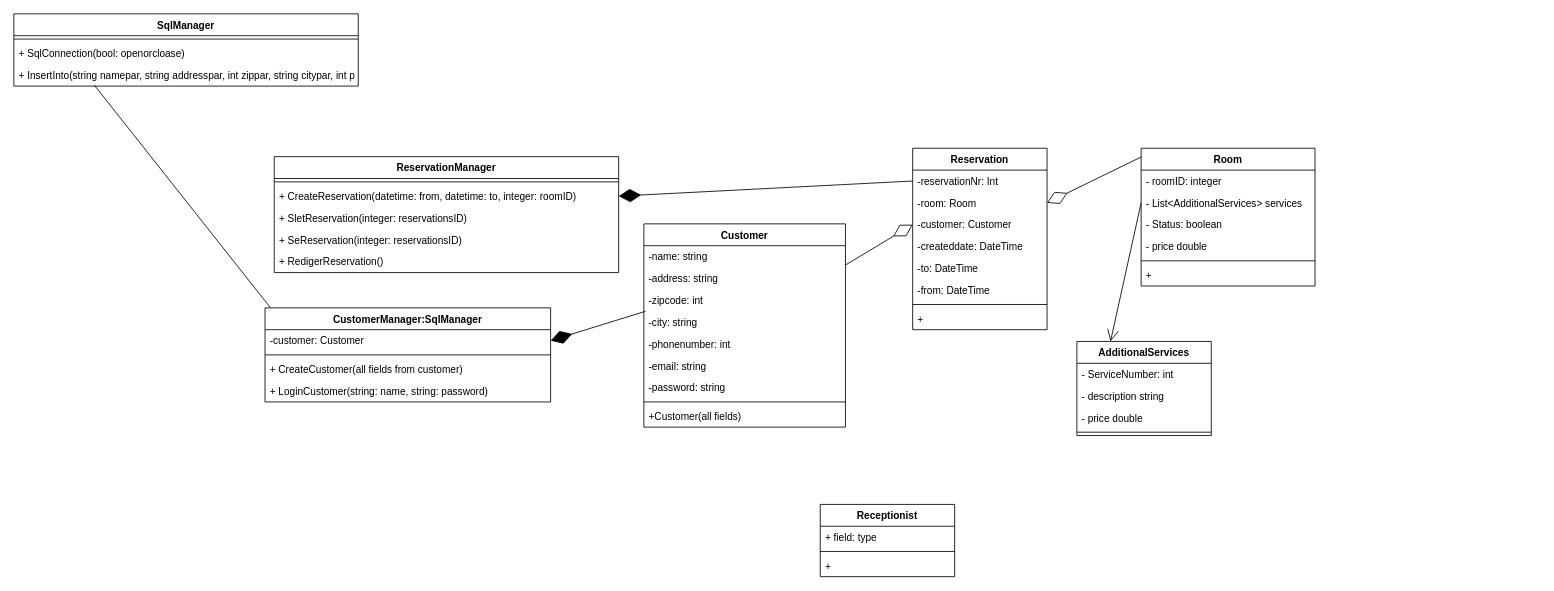
Above: Dokumentation/KlasseDiagram.drawio in NansyT/CountryLiving (draw.io), before the change. Source tidied: cells renumbered, new cells numbered last; positions are measured from the earlier drawing's top-left corner, leaving out a move shared by most shapes. Both pictures are drawn from the tidied source at 84%, with x=0, y=0 at pixel (13, 13).
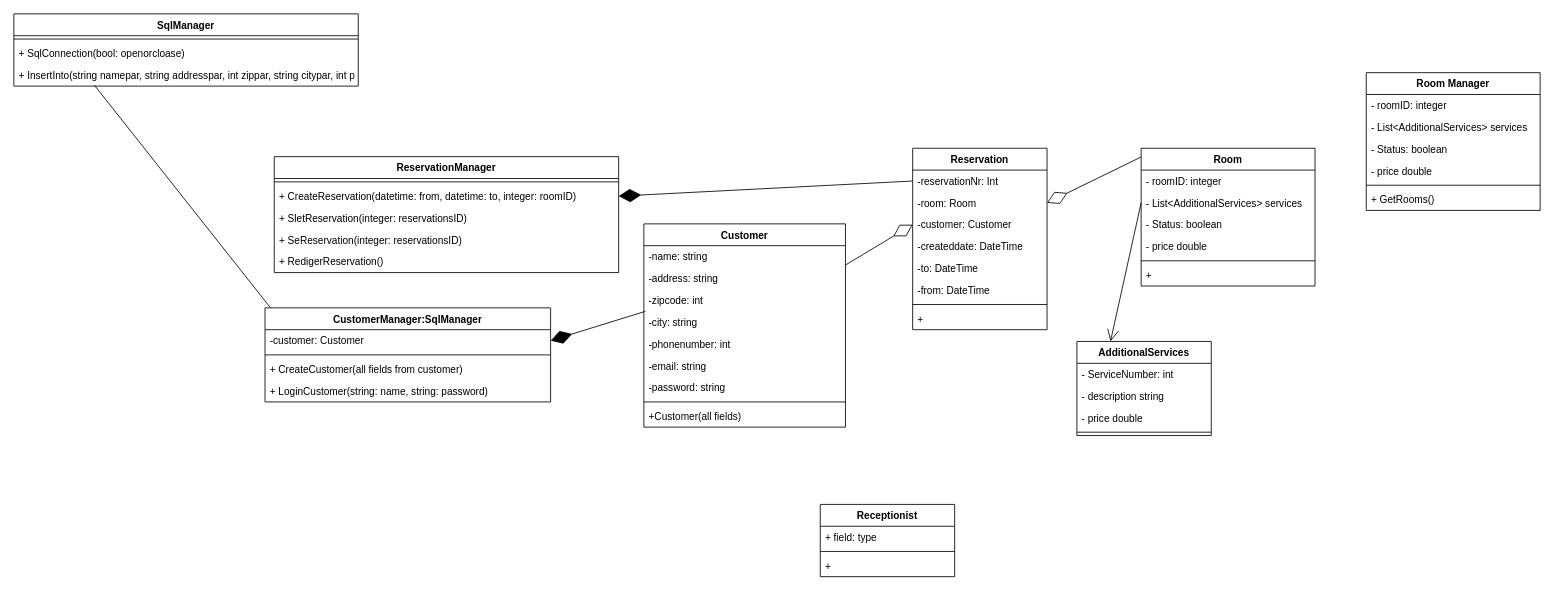
After the change.

What changed in the source:
```diff
@@
+    <mxCell id="58" value="Room Manager" style="swimlane;fontStyle=1;align=center;verticalAlign=top;horizontal=1;startSize=26;" parent="1" vertex="1">
+      <mxGeometry x="1610" y="70" width="207" height="164" as="geometry" />
+    </mxCell>
+    <mxCell id="59" value="- roomID: integer" style="text;strokeColor=none;fillColor=none;align=left;verticalAlign=top;spacingLeft=4;spacingRight=4;overflow=hidden;" parent="58" vertex="1">
+      <mxGeometry y="26" width="207" height="26" as="geometry" />
+    </mxCell>
+    <mxCell id="60" value="- List&lt;AdditionalServices&gt; services" style="text;strokeColor=none;fillColor=none;align=left;verticalAlign=top;spacingLeft=4;spacingRight=4;overflow=hidden;fontStyle=0;" parent="58" vertex="1">
+      <mxGeometry y="52" width="207" height="26" as="geometry" />
+    </mxCell>
+    <mxCell id="61" value="- Status: boolean" style="text;strokeColor=none;fillColor=none;align=left;verticalAlign=top;spacingLeft=4;spacingRight=4;overflow=hidden;" parent="58" vertex="1">
+      <mxGeometry y="78" width="207" height="26" as="geometry" />
+    </mxCell>
+    <mxCell id="62" value="- price double" style="text;strokeColor=none;fillColor=none;align=left;verticalAlign=top;spacingLeft=4;spacingRight=4;overflow=hidden;" parent="58" vertex="1">
+      <mxGeometry y="104" width="207" height="26" as="geometry" />
+    </mxCell>
+    <mxCell id="63" style="line;strokeWidth=1;fillColor=none;align=left;verticalAlign=middle;spacingTop=-1;spacingLeft=3;spacingRight=3;labelPosition=right;" parent="58" vertex="1">
+      <mxGeometry y="130" width="207" height="8" as="geometry" />
+    </mxCell>
+    <mxCell id="64" value="+ GetRooms()" style="text;strokeColor=none;fillColor=none;align=left;verticalAlign=top;spacingLeft=4;spacingRight=4;overflow=hidden;" parent="58" vertex="1">
+      <mxGeometry y="138" width="207" height="26" as="geometry" />
+    </mxCell>
```
